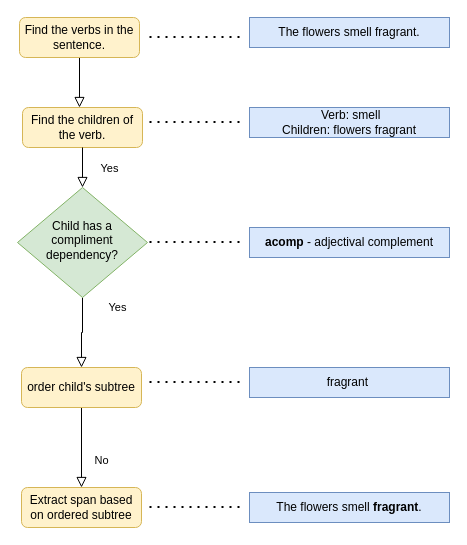
Above: Resources/drawio/finding_compliments.drawio in johnosbb/NLP (draw.io), before the change. Source tidied: cells renumbered, new cells numbered last; positions are measured from the earlier drawing's top-left corner, leaving out a move shared by most shapes. Both pictures are drawn from the tidied source at 100%, with x=0, y=0 at pixel (17, 17).
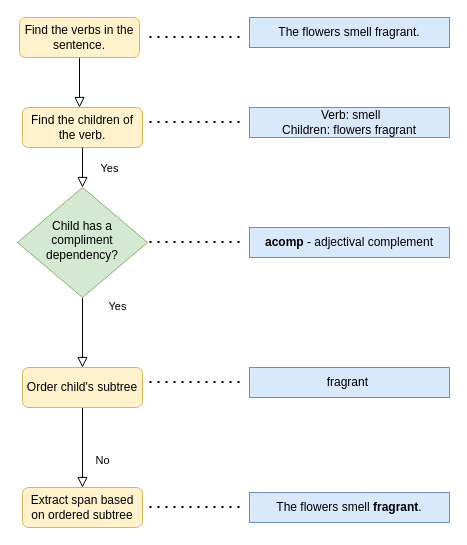
Above is the later version.

Commit message (it also covers changes not shown here):
Added new diagram for adverbials

Diff of the diagram source:
```diff
@@
     <mxCell id="7" value="Extract span based on ordered subtree" style="rounded=1;whiteSpace=wrap;html=1;fontSize=12;glass=0;strokeWidth=1;shadow=0;fillColor=#fff2cc;strokeColor=#d6b656;" parent="1" vertex="1">
-      <mxGeometry x="4" y="470" width="120" height="40" as="geometry" />
+      <mxGeometry x="5" y="470" width="120" height="40" as="geometry" />
     </mxCell>
@@
-    <mxCell id="9" value="order child's subtree" style="rounded=1;whiteSpace=wrap;html=1;fontSize=12;glass=0;strokeWidth=1;shadow=0;fillColor=#fff2cc;strokeColor=#d6b656;" parent="1" vertex="1">
-      <mxGeometry x="4" y="350" width="120" height="40" as="geometry" />
+    <mxCell id="9" value="Order child's subtree" style="rounded=1;whiteSpace=wrap;html=1;fontSize=12;glass=0;strokeWidth=1;shadow=0;fillColor=#fff2cc;strokeColor=#d6b656;" parent="1" vertex="1">
+      <mxGeometry x="5" y="350" width="120" height="40" as="geometry" />
     </mxCell>
```
